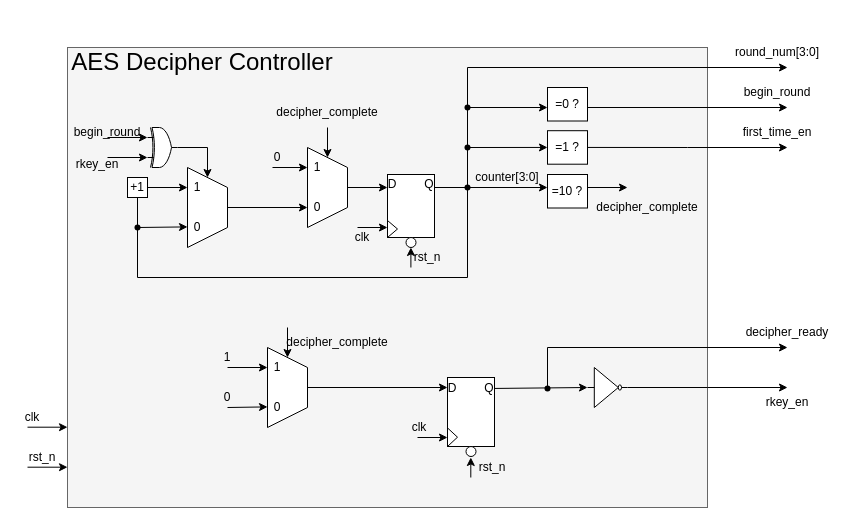
The draw.io diagram page "AES Decipher Controller" (19 of 26) of AES128 Diagram.drawio in 106210049/AES-128, before the edit. Source tidied: cells renumbered, new cells numbered last; positions are measured from the earlier drawing's top-left corner, leaving out a move shared by most shapes. Both pictures are drawn from the tidied source at 100%, with x=0, y=0 at pixel (17, 37).
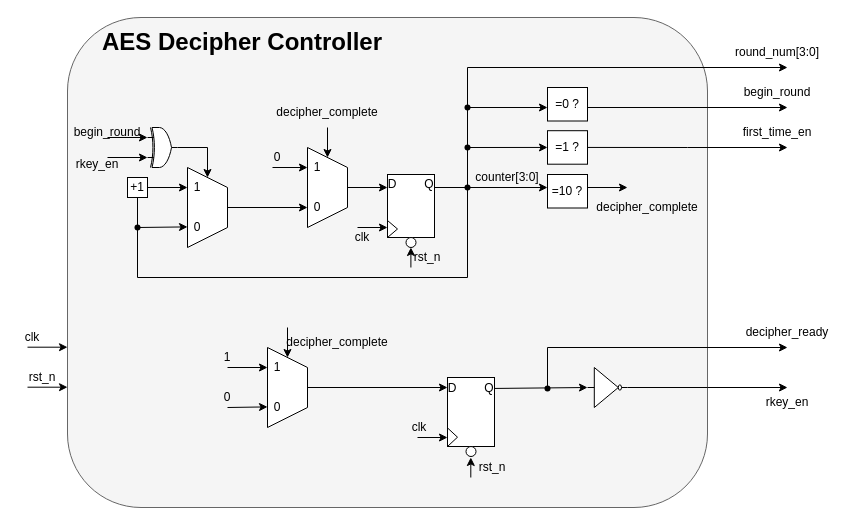
Above is the later version.

Diff of the diagram source:
```diff
@@
-    <mxCell id="2" style="rounded=0;whiteSpace=wrap;html=1;fillColor=#f5f5f5;fontColor=#333333;strokeColor=#666666;" parent="1" vertex="1">
-      <mxGeometry x="50" y="10" width="640" height="460" as="geometry" />
-    </mxCell>
+    <mxCell id="99" style="rounded=1;whiteSpace=wrap;html=1;fillColor=#f5f5f5;fontColor=#333333;strokeColor=#666666;" parent="1" vertex="1">
+      <mxGeometry x="50" y="-20" width="640" height="490" as="geometry" />
+    </mxCell>
@@
     <mxCell id="79" style="endArrow=classic;html=1;rounded=0;" parent="1" edge="1">
       <mxGeometry relative="1" as="geometry">
-        <mxPoint x="10" y="389.7" as="sourcePoint" />
-        <mxPoint x="50" y="389.7" as="targetPoint" />
+        <mxPoint x="10" y="309.7" as="sourcePoint" />
+        <mxPoint x="50" y="309.7" as="targetPoint" />
       </mxGeometry>
     </mxCell>
     <mxCell id="80" style="endArrow=classic;html=1;rounded=0;" parent="1" edge="1">
       <mxGeometry relative="1" as="geometry">
-        <mxPoint x="10" y="429.7" as="sourcePoint" />
-        <mxPoint x="50" y="429.7" as="targetPoint" />
+        <mxPoint x="10" y="349.7" as="sourcePoint" />
+        <mxPoint x="50" y="349.7" as="targetPoint" />
       </mxGeometry>
     </mxCell>
     <mxCell id="81" value="clk" style="text;strokeColor=none;align=center;fillColor=none;html=1;verticalAlign=middle;whiteSpace=wrap;rounded=0;" parent="1" vertex="1">
-      <mxGeometry y="370" width="30" height="20" as="geometry" />
+      <mxGeometry y="290" width="30" height="20" as="geometry" />
     </mxCell>
     <mxCell id="82" value="rst_n" style="text;strokeColor=none;align=center;fillColor=none;html=1;verticalAlign=middle;whiteSpace=wrap;rounded=0;" parent="1" vertex="1">
-      <mxGeometry x="10" y="410" width="30" height="20" as="geometry" />
+      <mxGeometry x="10" y="330" width="30" height="20" as="geometry" />
     </mxCell>
@@
-    <mxCell id="85" value="&lt;font style=&quot;font-size: 24px;&quot;&gt;AES Decipher Controller&lt;/font&gt;" style="text;strokeColor=none;align=center;fillColor=none;html=1;verticalAlign=middle;whiteSpace=wrap;rounded=0;" parent="1" vertex="1">
-      <mxGeometry x="30" y="10" width="310" height="30" as="geometry" />
+    <mxCell id="85" value="&lt;font style=&quot;font-size: 24px;&quot;&gt;&lt;b&gt;AES Decipher Controller&lt;/b&gt;&lt;/font&gt;" style="text;strokeColor=none;align=center;fillColor=none;html=1;verticalAlign=middle;whiteSpace=wrap;rounded=0;" parent="1" vertex="1">
+      <mxGeometry x="70" y="-10" width="310" height="30" as="geometry" />
     </mxCell>
```
